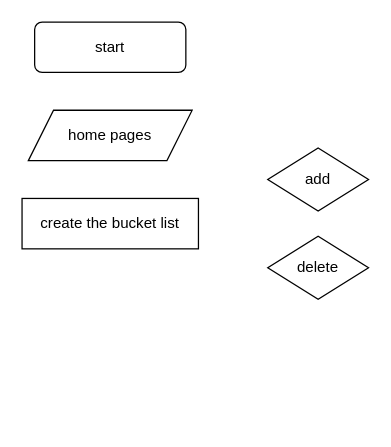
This is flowchart.drawio from SaniyaIzza/Saniya-Daily_Planner, a draw.io file, before an edit. Source tidied: cells renumbered, new cells numbered last; positions are measured from the earlier drawing's top-left corner, leaving out a move shared by most shapes. Both pictures are drawn from the tidied source at 126%, with x=0, y=0 at pixel (21, 21).
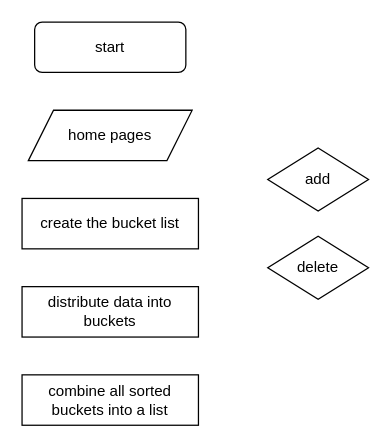
The same page after the edit.

Commit message:
distribusi data kedalam bucket list (menambah/menghapus)

Diff of the diagram source:
```diff
@@
 <mxGraphModel>
   <root>
     <mxCell id="0" />
     <mxCell id="1" parent="0" />
     <mxCell id="2" value="start" style="rounded=1;whiteSpace=wrap;html=1;" parent="1" vertex="1">
       <mxGeometry x="10" width="120" height="40" as="geometry" />
     </mxCell>
     <mxCell id="3" value="home pages" style="shape=parallelogram;perimeter=parallelogramPerimeter;whiteSpace=wrap;html=1;fixedSize=1;" parent="1" vertex="1">
       <mxGeometry x="5" y="70" width="130" height="40" as="geometry" />
     </mxCell>
     <mxCell id="4" value="create the bucket list" style="rounded=0;whiteSpace=wrap;html=1;" parent="1" vertex="1">
       <mxGeometry y="140" width="140" height="40" as="geometry" />
     </mxCell>
     <mxCell id="5" value="add" style="rhombus;whiteSpace=wrap;html=1;" parent="1" vertex="1">
       <mxGeometry x="195" y="100" width="80" height="50" as="geometry" />
     </mxCell>
     <mxCell id="6" value="delete" style="rhombus;whiteSpace=wrap;html=1;" parent="1" vertex="1">
       <mxGeometry x="195" y="170" width="80" height="50" as="geometry" />
     </mxCell>
+    <mxCell id="7" value="distribute data into buckets" style="rounded=0;whiteSpace=wrap;html=1;" parent="1" vertex="1">
+      <mxGeometry y="210" width="140" height="40" as="geometry" />
+    </mxCell>
+    <mxCell id="8" value="combine all sorted buckets into a list" style="rounded=0;whiteSpace=wrap;html=1;" parent="1" vertex="1">
+      <mxGeometry y="280" width="140" height="40" as="geometry" />
+    </mxCell>
   </root>
 </mxGraphModel>
```
